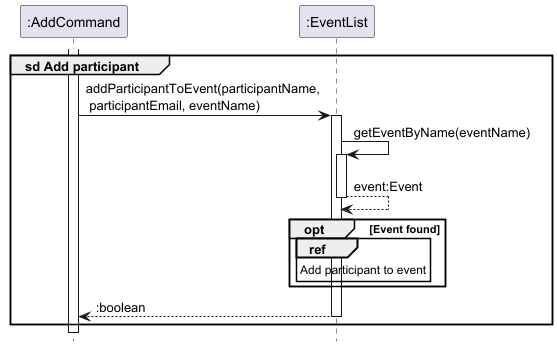
The PlantUML diagram docs/images/AddParticipantSequenceDiagram.png in nus-cs2113-AY2425S1/tp, before a commit.
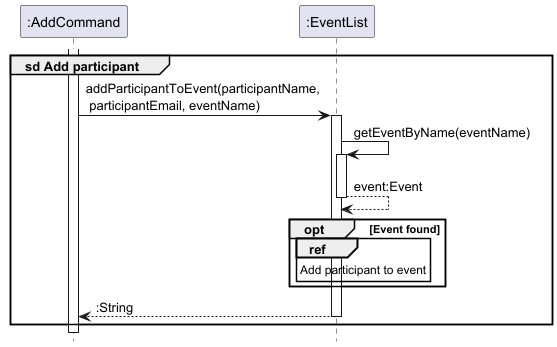
After the change.

The edit, as a diff of the source:
```diff
@@ -19,6 +19,6 @@
         ref over eventList : Add participant to event
     end
 
-    return :boolean
+    return :String
 end
 @enduml
```
